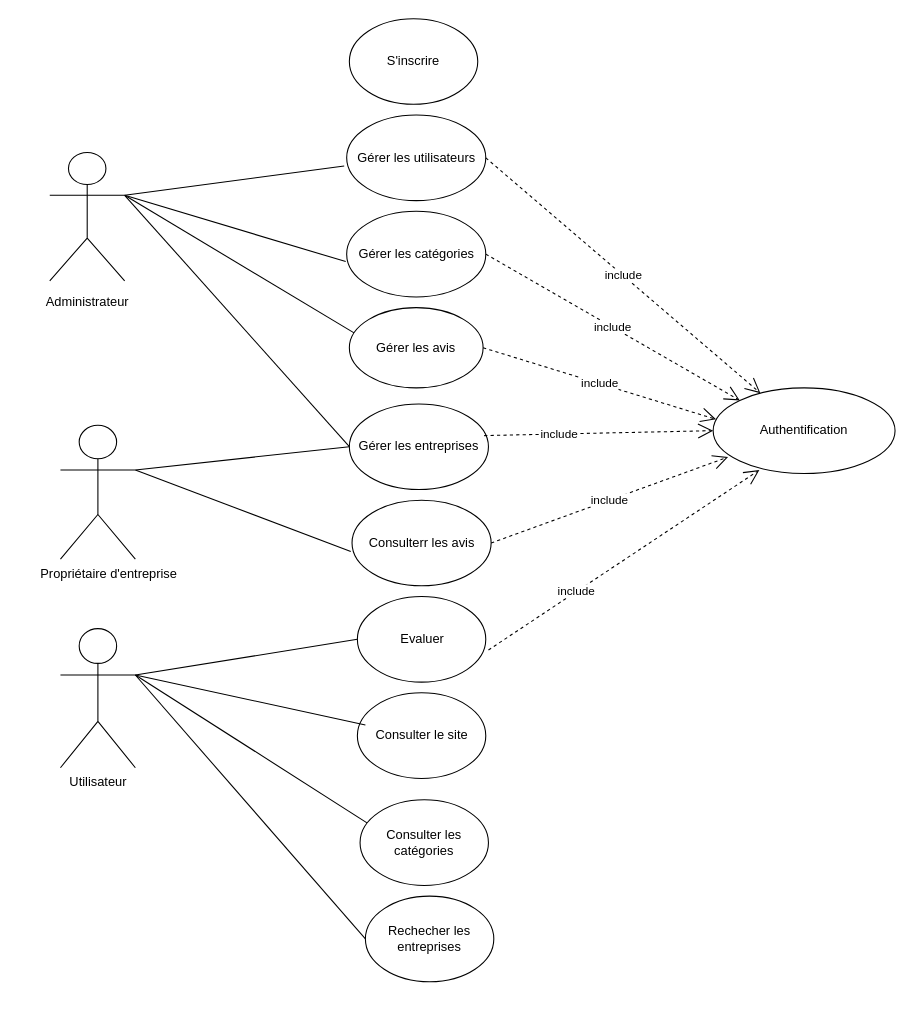
This is globale.drawio.drawio from Rahma3-sys/Searchgi, a draw.io file, before an edit. Source tidied: cells renumbered, new cells numbered last; positions are measured from the earlier drawing's top-left corner, leaving out a move shared by most shapes. Both pictures are drawn from the tidied source at 107%, with x=0, y=0 at pixel (33, 18).
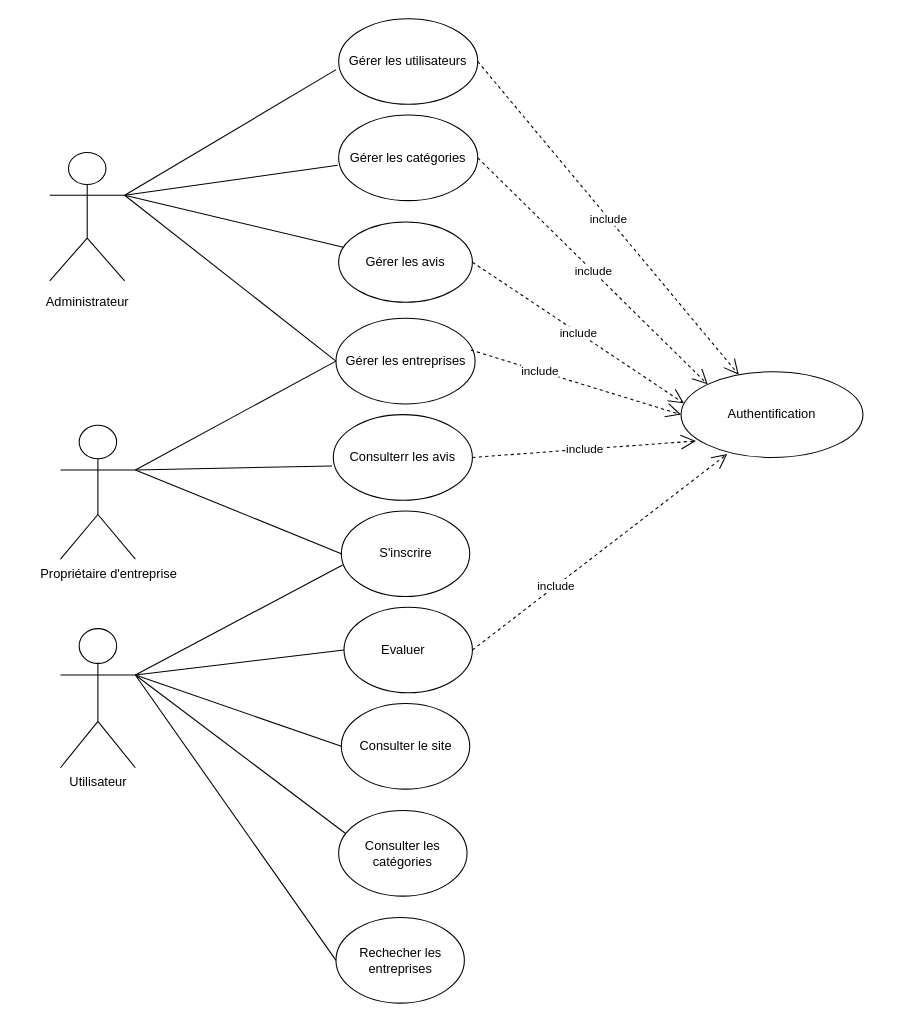
After the change.

Commit message:
Mettre à jour globale.drawio.drawio

Unchanged cells that the change refers to:
```xml
<mxCell id="17" value="&amp;nbsp; &amp;nbsp; &amp;nbsp; Propriétaire d'entreprise" style="shape=umlActor;verticalLabelPosition=bottom;verticalAlign=top;html=1;outlineConnect=0;" parent="1" vertex="1">
  <mxGeometry x="25" y="380" width="70" height="125" as="geometry" />
</mxCell>
<mxCell id="18" value="Utilisateur" style="shape=umlActor;verticalLabelPosition=bottom;verticalAlign=top;html=1;outlineConnect=0;" parent="1" vertex="1">
  <mxGeometry x="25" y="570" width="70" height="130" as="geometry" />
</mxCell>
```

Change to the diagram source:
```diff
@@
     <mxCell id="3" value="Authentification" style="ellipse;whiteSpace=wrap;html=1;" parent="1" vertex="1">
-      <mxGeometry x="635" y="345" width="170" height="80" as="geometry" />
+      <mxGeometry x="605" y="330" width="170" height="80" as="geometry" />
     </mxCell>
     <mxCell id="4" value="Consulterr les avis" style="ellipse;whiteSpace=wrap;html=1;" parent="1" vertex="1">
-      <mxGeometry x="297.5" y="450" width="130" height="80" as="geometry" />
+      <mxGeometry x="280" y="370" width="130" height="80" as="geometry" />
     </mxCell>
     <mxCell id="5" value="Gérer les entreprises" style="ellipse;whiteSpace=wrap;html=1;" parent="1" vertex="1">
-      <mxGeometry x="295" y="360" width="130" height="80" as="geometry" />
+      <mxGeometry x="282.5" y="280" width="130" height="80" as="geometry" />
     </mxCell>
@@
     <mxCell id="11" value="Gérer les utilisateurs" style="ellipse;whiteSpace=wrap;html=1;" parent="1" vertex="1">
-      <mxGeometry x="292.5" y="90" width="130" height="80" as="geometry" />
+      <mxGeometry x="285" width="130" height="80" as="geometry" />
     </mxCell>
@@
     <mxCell id="13" value="Gérer les catégories" style="ellipse;whiteSpace=wrap;html=1;" parent="1" vertex="1">
-      <mxGeometry x="292.5" y="180" width="130" height="80" as="geometry" />
+      <mxGeometry x="285" y="90" width="130" height="80" as="geometry" />
     </mxCell>
@@
     <mxCell id="21" value="Consulter les catégories" style="ellipse;whiteSpace=wrap;html=1;" parent="1" vertex="1">
-      <mxGeometry x="305" y="730" width="120" height="80" as="geometry" />
+      <mxGeometry x="285" y="740" width="120" height="80" as="geometry" />
     </mxCell>
     <mxCell id="22" value="Consulter le site" style="ellipse;whiteSpace=wrap;html=1;" parent="1" vertex="1">
-      <mxGeometry x="302.5" y="630" width="120" height="80" as="geometry" />
+      <mxGeometry x="287.5" y="640" width="120" height="80" as="geometry" />
     </mxCell>
     <mxCell id="23" style="ellipse;whiteSpace=wrap;html=1;" parent="1" vertex="1">
-      <mxGeometry x="302.5" y="540" width="120" height="80" as="geometry" />
+      <mxGeometry x="290" y="550" width="120" height="80" as="geometry" />
     </mxCell>
     <mxCell id="24" value="Evaluer" style="text;html=1;align=center;verticalAlign=middle;strokeColor=none;fillColor=none;" parent="1" vertex="1">
-      <mxGeometry x="332.5" y="565" width="60" height="30" as="geometry" />
+      <mxGeometry x="315" y="575" width="60" height="30" as="geometry" />
     </mxCell>
-    <mxCell id="25" value="include" style="endArrow=open;endSize=12;dashed=1;html=1;rounded=0;entryX=0.254;entryY=0.96;entryDx=0;entryDy=0;entryPerimeter=0;" parent="1" edge="1" target="3">
-      <mxGeometry x="-0.35" relative="1" as="geometry">
-        <mxPoint x="425" y="590" as="sourcePoint" />
-      </mxGeometry>
+    <mxCell id="25" value="include" style="endArrow=open;endSize=12;dashed=1;html=1;rounded=0;entryX=0.254;entryY=0.96;entryDx=0;entryDy=0;entryPerimeter=0;exitX=1;exitY=0.5;exitDx=0;exitDy=0;" parent="1" edge="1" source="23" target="3">
+      <mxGeometry x="-0.35" relative="1" as="geometry" />
     </mxCell>
-    <mxCell id="26" value="S'inscrire" style="ellipse;whiteSpace=wrap;html=1;" parent="1" vertex="1">
-      <mxGeometry x="295" width="120" height="80" as="geometry" />
-    </mxCell>
     <mxCell id="27" value="Rechecher les entreprises" style="ellipse;whiteSpace=wrap;html=1;" parent="1" vertex="1">
-      <mxGeometry x="310" y="820" width="120" height="80" as="geometry" />
+      <mxGeometry x="282.5" y="840" width="120" height="80" as="geometry" />
     </mxCell>
@@
-    <mxCell id="30" style="endArrow=none;html=1;rounded=0;exitX=1;exitY=0.3333333333333333;exitDx=0;exitDy=0;exitPerimeter=0;" parent="1" edge="1" source="18">
-      <mxGeometry relative="1" as="geometry">
-        <mxPoint x="310" y="660" as="targetPoint" />
-      </mxGeometry>
+    <mxCell id="30" style="endArrow=none;html=1;rounded=0;exitX=1;exitY=0.3333333333333333;exitDx=0;exitDy=0;exitPerimeter=0;entryX=0;entryY=0.5;entryDx=0;entryDy=0;" parent="1" edge="1" source="18" target="22">
+      <mxGeometry relative="1" as="geometry" />
     </mxCell>
@@
     <mxCell id="32" value="Gérer les avis" style="ellipse;whiteSpace=wrap;html=1;" parent="1" vertex="1">
-      <mxGeometry x="295" y="270" width="125" height="75" as="geometry" />
+      <mxGeometry x="285" y="190" width="125" height="75" as="geometry" />
     </mxCell>
@@
+    <mxCell id="26" value="S'inscrire" style="ellipse;whiteSpace=wrap;html=1;" parent="1" vertex="1">
+      <mxGeometry x="287.5" y="460" width="120" height="80" as="geometry" />
+    </mxCell>
+    <mxCell id="34" style="endArrow=none;html=1;rounded=0;entryX=0;entryY=0.5;entryDx=0;entryDy=0;exitX=1;exitY=0.3333333333333333;exitDx=0;exitDy=0;exitPerimeter=0;" parent="1" edge="1" source="17" target="26">
+      <mxGeometry relative="1" as="geometry" />
+    </mxCell>
+    <mxCell id="35" style="endArrow=none;html=1;rounded=0;exitX=1;exitY=0.3333333333333333;exitDx=0;exitDy=0;exitPerimeter=0;entryX=0.01;entryY=0.632;entryDx=0;entryDy=0;entryPerimeter=0;" parent="1" edge="1" source="18" target="26">
+      <mxGeometry relative="1" as="geometry" />
+    </mxCell>
```
